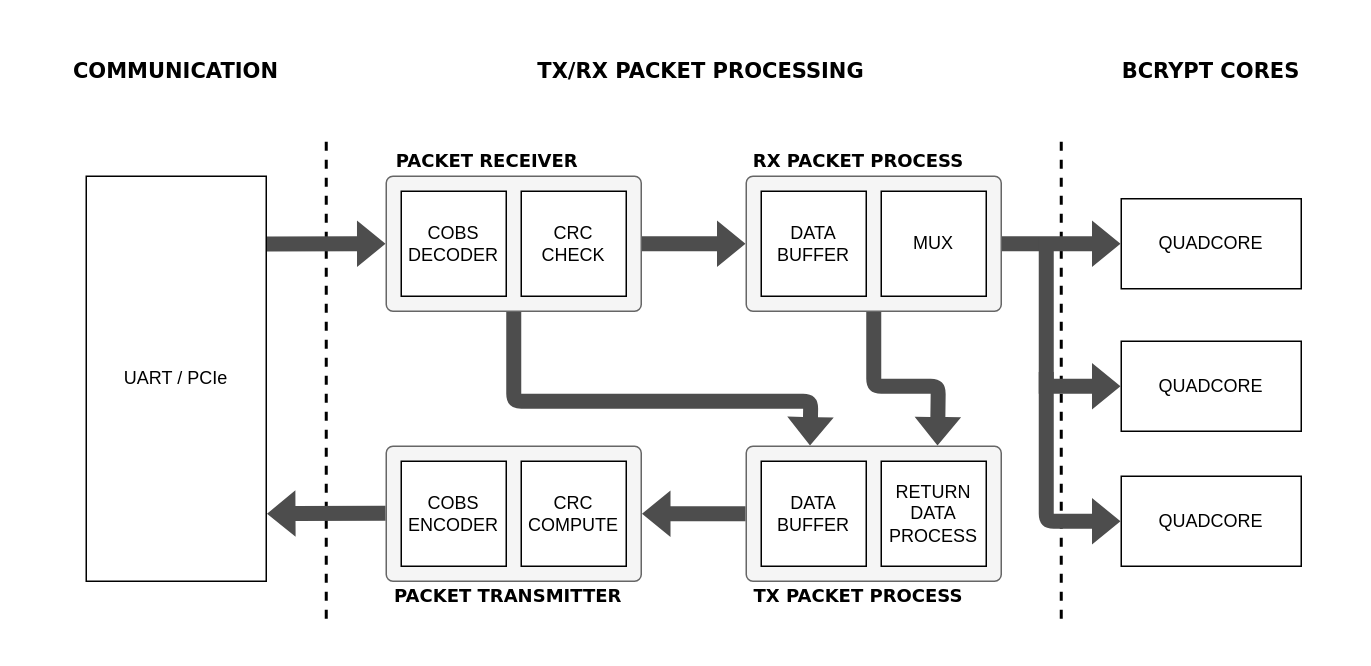
Above: page "tx_rx_general" (2 of 5) of assets/drawio/communication_protocol.drawio in Djokzer/fpga_bruteforce_attack (draw.io), before the change. Source tidied: cells renumbered, new cells numbered last; positions are measured from the earlier drawing's top-left corner, leaving out a move shared by most shapes. Both pictures are drawn from the tidied source at 150%, with x=0, y=0 at pixel (26, 26).
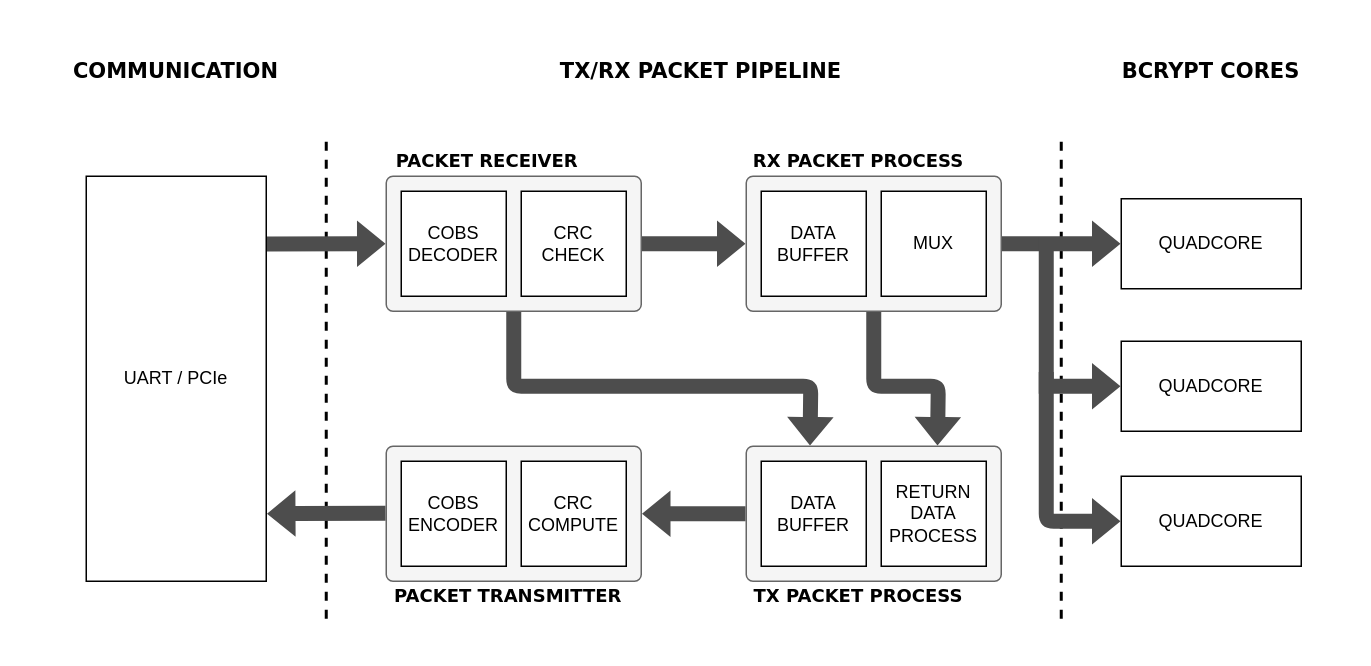
Above is the later version.

Commit message (it also covers changes not shown here):
Add packet design constraint and top

The change refers to these unchanged cells:
```xml
<mxCell id="5" style="rounded=1;whiteSpace=wrap;html=1;fillColor=#f5f5f5;fontColor=#333333;strokeColor=#666666;arcSize=5;" parent="1" vertex="1">
  <mxGeometry x="240" y="100" width="170" height="90" as="geometry" />
</mxCell>
<mxCell id="28" style="rounded=1;whiteSpace=wrap;html=1;fillColor=#f5f5f5;fontColor=#333333;strokeColor=#666666;arcSize=5;" parent="1" vertex="1">
  <mxGeometry x="480" y="280" width="170" height="90" as="geometry" />
</mxCell>
```

The edit, as a diff of the source:
```diff
@@
-    <mxCell id="16" value="&lt;font style=&quot;font-size: 14px;&quot;&gt;TX/RX PACKET PROCESSING&lt;/font&gt;" style="rounded=0;whiteSpace=wrap;html=1;strokeColor=none;fillColor=none;fontStyle=1;fontFamily=Verdana;fontSize=14;" parent="1" vertex="1">
+    <mxCell id="16" value="&lt;font style=&quot;font-size: 14px;&quot;&gt;TX/RX PACKET PIPELINE&lt;/font&gt;" style="rounded=0;whiteSpace=wrap;html=1;strokeColor=none;fillColor=none;fontStyle=1;fontFamily=Verdana;fontSize=14;" parent="1" vertex="1">
       <mxGeometry x="270" width="360" height="60" as="geometry" />
     </mxCell>
@@
     <mxCell id="32" style="shape=flexArrow;endArrow=classic;html=1;rounded=1;exitX=0.5;exitY=1;exitDx=0;exitDy=0;fillColor=#4D4D4D;strokeColor=none;entryX=0.25;entryY=0;entryDx=0;entryDy=0;" parent="1" edge="1" source="5" target="28">
       <mxGeometry relative="1" as="geometry">
         <Array as="points">
-          <mxPoint x="325" y="250" />
-          <mxPoint x="523" y="250" />
+          <mxPoint x="325" y="240" />
+          <mxPoint x="420" y="240" />
+          <mxPoint x="523" y="240" />
         </Array>
       </mxGeometry>
     </mxCell>
```
